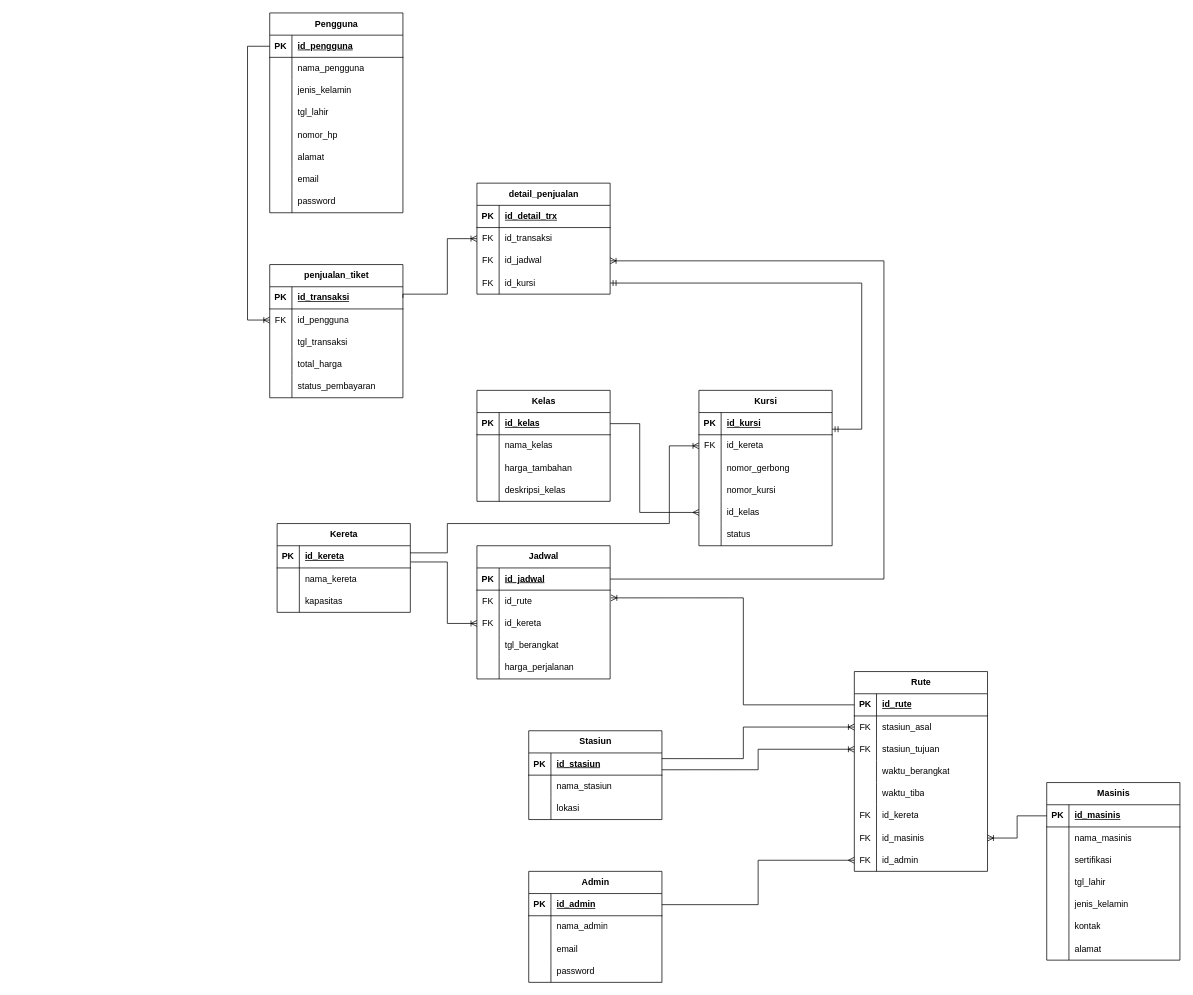
Before: page "PDM" (2 of 2) of PraktikumBasis_Modul5.drawio in elikawicaksana/praktikum-basis-data, a draw.io diagram. Source tidied: cells renumbered, new cells numbered last; positions are measured from the earlier drawing's top-left corner, leaving out a move shared by most shapes. Both pictures are drawn from the tidied source at 74%, with x=0, y=0 at pixel (247, 13).
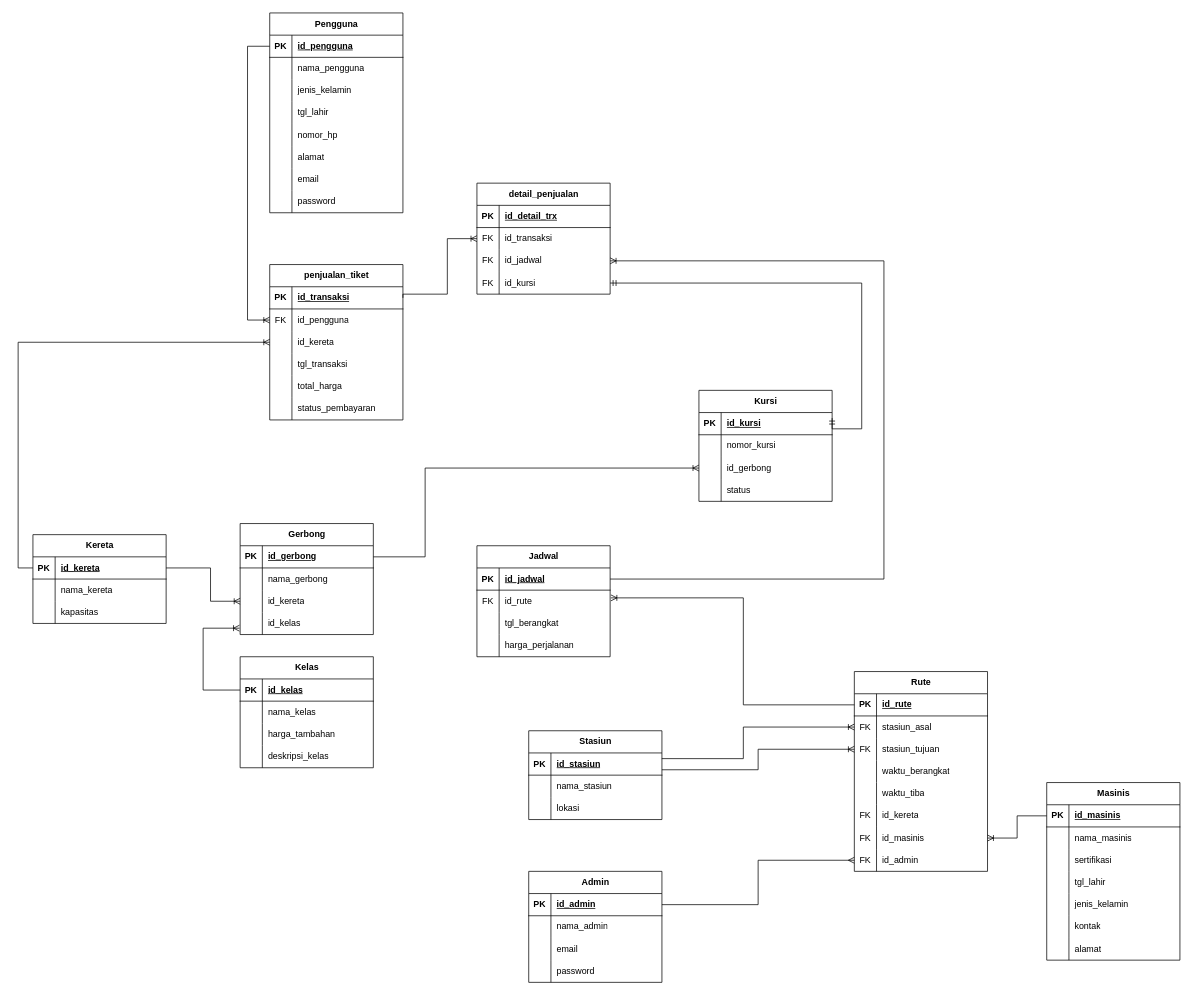
The same diagram, later.

The change refers to these unchanged cells:
```xml
<mxCell id="41" style="shape=tableRow;horizontal=0;startSize=0;swimlaneHead=0;swimlaneBody=0;fillColor=none;points=[[0,0.5],[1,0.5]];portConstraint=eastwest;top=0;left=0;right=0;bottom=1;" parent="40" vertex="1">
  <mxGeometry y="30" width="180" height="30" as="geometry" />
</mxCell>
<mxCell id="54" style="shape=tableRow;horizontal=0;startSize=0;swimlaneHead=0;swimlaneBody=0;fillColor=none;points=[[0,0.5],[1,0.5]];portConstraint=eastwest;top=0;left=0;right=0;bottom=1;" parent="53" vertex="1">
  <mxGeometry y="30" width="180" height="30" as="geometry" />
</mxCell>
<mxCell id="146" style="shape=tableRow;horizontal=0;startSize=0;swimlaneHead=0;swimlaneBody=0;fillColor=none;points=[[0,0.5],[1,0.5]];portConstraint=eastwest;top=0;left=0;right=0;bottom=0;" parent="139" vertex="1">
  <mxGeometry y="90" width="180" height="30" as="geometry" />
</mxCell>
<mxCell id="149" style="shape=tableRow;horizontal=0;startSize=0;swimlaneHead=0;swimlaneBody=0;fillColor=none;top=0;left=0;right=0;bottom=0;" parent="139" vertex="1">
  <mxGeometry y="120" width="180" height="30" as="geometry" />
</mxCell>
<mxCell id="152" style="shape=tableRow;horizontal=0;startSize=0;swimlaneHead=0;swimlaneBody=0;fillColor=none;top=0;left=0;right=0;bottom=0;" parent="139" vertex="1">
  <mxGeometry y="150" width="180" height="30" as="geometry" />
</mxCell>
```

Change to the diagram source:
```diff
@@
     <mxCell id="40" value="Kelas" style="shape=table;startSize=30;childLayout=tableLayout;rowLines=0;fontStyle=1;align=center;html=1;" parent="1" vertex="1">
-      <mxGeometry x="310" y="510" width="180" height="150" as="geometry" />
+      <mxGeometry x="-10" y="870" width="180" height="150" as="geometry" />
     </mxCell>
@@
     <mxCell id="53" value="Kereta" style="shape=table;startSize=30;childLayout=tableLayout;rowLines=0;fontStyle=1;align=center;html=1;" parent="1" vertex="1">
-      <mxGeometry x="40" y="690" width="180" height="120" as="geometry" />
+      <mxGeometry x="-290" y="705" width="180" height="120" as="geometry" />
     </mxCell>
@@
     <mxCell id="120" value="Kursi" style="shape=table;startSize=30;childLayout=tableLayout;rowLines=0;fontStyle=1;align=center;html=1;" parent="1" vertex="1">
-      <mxGeometry x="610" y="510" width="180" height="210" as="geometry" />
+      <mxGeometry x="610" y="510" width="180" height="150" as="geometry" />
     </mxCell>
@@
-    <mxCell id="124" style="shape=tableRow;horizontal=0;startSize=0;swimlaneHead=0;swimlaneBody=0;fillColor=none;points=[[0,0.5],[1,0.5]];portConstraint=eastwest;top=0;left=0;right=0;bottom=0;" parent="120" vertex="1">
-      <mxGeometry y="60" width="180" height="30" as="geometry" />
-    </mxCell>
-    <mxCell id="125" value="FK" style="shape=partialRectangle;fillColor=none;top=0;left=0;bottom=0;right=0;overflow=hidden;whiteSpace=wrap;html=1;" parent="124" vertex="1">
-      <mxGeometry width="30" height="30" as="geometry" />
-    </mxCell>
-    <mxCell id="126" value="id_kereta" style="shape=partialRectangle;fillColor=none;top=0;left=0;bottom=0;right=0;align=left;spacingLeft=6;overflow=hidden;whiteSpace=wrap;html=1;" parent="124" vertex="1">
-      <mxGeometry x="30" width="150" height="30" as="geometry" />
-    </mxCell>
-    <mxCell id="127" style="shape=tableRow;horizontal=0;startSize=0;swimlaneHead=0;swimlaneBody=0;fillColor=none;top=0;left=0;right=0;bottom=0;" parent="120" vertex="1">
-      <mxGeometry y="90" width="180" height="30" as="geometry" />
-    </mxCell>
-    <mxCell id="128" style="shape=partialRectangle;fillColor=none;top=0;left=0;bottom=0;right=0;overflow=hidden;whiteSpace=wrap;html=1;" parent="127" vertex="1">
-      <mxGeometry width="30" height="30" as="geometry" />
-    </mxCell>
-    <mxCell id="129" value="nomor_gerbong" style="shape=partialRectangle;fillColor=none;top=0;left=0;bottom=0;right=0;align=left;spacingLeft=6;overflow=hidden;whiteSpace=wrap;html=1;" parent="127" vertex="1">
-      <mxGeometry x="30" width="150" height="30" as="geometry" />
-    </mxCell>
     <mxCell id="130" style="shape=tableRow;horizontal=0;startSize=0;swimlaneHead=0;swimlaneBody=0;fillColor=none;top=0;left=0;right=0;bottom=0;" parent="120" vertex="1">
-      <mxGeometry y="120" width="180" height="30" as="geometry" />
+      <mxGeometry y="60" width="180" height="30" as="geometry" />
     </mxCell>
@@
-    <mxCell id="133" style="shape=tableRow;horizontal=0;startSize=0;swimlaneHead=0;swimlaneBody=0;fillColor=none;points=[[0,0.5],[1,0.5]];portConstraint=eastwest;top=0;left=0;right=0;bottom=0;" parent="120" vertex="1">
-      <mxGeometry y="150" width="180" height="30" as="geometry" />
-    </mxCell>
-    <mxCell id="134" style="shape=partialRectangle;fillColor=none;top=0;left=0;bottom=0;right=0;overflow=hidden;whiteSpace=wrap;html=1;" parent="133" vertex="1">
-      <mxGeometry width="30" height="30" as="geometry" />
-    </mxCell>
-    <mxCell id="135" value="id_kelas" style="shape=partialRectangle;fillColor=none;top=0;left=0;bottom=0;right=0;align=left;spacingLeft=6;overflow=hidden;whiteSpace=wrap;html=1;" parent="133" vertex="1">
-      <mxGeometry x="30" width="150" height="30" as="geometry" />
-    </mxCell>
     <mxCell id="136" style="shape=tableRow;horizontal=0;startSize=0;swimlaneHead=0;swimlaneBody=0;fillColor=none;points=[[0,0.5],[1,0.5]];portConstraint=eastwest;top=0;left=0;right=0;bottom=0;" parent="120" vertex="1">
-      <mxGeometry y="180" width="180" height="30" as="geometry" />
+      <mxGeometry y="90" width="180" height="30" as="geometry" />
     </mxCell>
@@
-    <mxCell id="138" value="status" style="shape=partialRectangle;fillColor=none;top=0;left=0;bottom=0;right=0;align=left;spacingLeft=6;overflow=hidden;whiteSpace=wrap;html=1;" parent="136" vertex="1">
+    <mxCell id="138" value="id_gerbong" style="shape=partialRectangle;fillColor=none;top=0;left=0;bottom=0;right=0;align=left;spacingLeft=6;overflow=hidden;whiteSpace=wrap;html=1;" parent="136" vertex="1">
       <mxGeometry x="30" width="150" height="30" as="geometry" />
     </mxCell>
+    <mxCell id="196" style="shape=tableRow;horizontal=0;startSize=0;swimlaneHead=0;swimlaneBody=0;fillColor=none;top=0;left=0;right=0;bottom=0;" parent="120" vertex="1">
+      <mxGeometry y="120" width="180" height="30" as="geometry" />
+    </mxCell>
+    <mxCell id="197" style="shape=partialRectangle;fillColor=none;top=0;left=0;bottom=0;right=0;overflow=hidden;whiteSpace=wrap;html=1;" parent="196" vertex="1">
+      <mxGeometry width="30" height="30" as="geometry" />
+    </mxCell>
+    <mxCell id="198" value="status" style="shape=partialRectangle;fillColor=none;top=0;left=0;bottom=0;right=0;align=left;spacingLeft=6;overflow=hidden;whiteSpace=wrap;html=1;" parent="196" vertex="1">
+      <mxGeometry x="30" width="150" height="30" as="geometry" />
+    </mxCell>
     <mxCell id="139" value="penjualan_tiket" style="shape=table;startSize=30;childLayout=tableLayout;rowLines=0;fontStyle=1;align=center;html=1;" parent="1" vertex="1">
-      <mxGeometry x="30" y="340" width="180" height="180" as="geometry" />
+      <mxGeometry x="30" y="340" width="180" height="210" as="geometry" />
     </mxCell>
@@
-    <mxCell id="148" value="tgl_transaksi" style="shape=partialRectangle;fillColor=none;top=0;left=0;bottom=0;right=0;align=left;spacingLeft=6;overflow=hidden;whiteSpace=wrap;html=1;" parent="146" vertex="1">
+    <mxCell id="148" value="id_kereta" style="shape=partialRectangle;fillColor=none;top=0;left=0;bottom=0;right=0;align=left;spacingLeft=6;overflow=hidden;whiteSpace=wrap;html=1;" parent="146" vertex="1">
       <mxGeometry x="30" width="150" height="30" as="geometry" />
     </mxCell>
@@
-    <mxCell id="151" value="total_harga" style="shape=partialRectangle;fillColor=none;top=0;left=0;bottom=0;right=0;align=left;spacingLeft=6;overflow=hidden;whiteSpace=wrap;html=1;" parent="149" vertex="1">
+    <mxCell id="151" value="tgl_transaksi" style="shape=partialRectangle;fillColor=none;top=0;left=0;bottom=0;right=0;align=left;spacingLeft=6;overflow=hidden;whiteSpace=wrap;html=1;" parent="149" vertex="1">
       <mxGeometry x="30" width="150" height="30" as="geometry" />
     </mxCell>
@@
-    <mxCell id="154" value="status_pembayaran" style="shape=partialRectangle;fillColor=none;top=0;left=0;bottom=0;right=0;align=left;spacingLeft=6;overflow=hidden;whiteSpace=wrap;html=1;" parent="152" vertex="1">
+    <mxCell id="154" value="total_harga" style="shape=partialRectangle;fillColor=none;top=0;left=0;bottom=0;right=0;align=left;spacingLeft=6;overflow=hidden;whiteSpace=wrap;html=1;" parent="152" vertex="1">
       <mxGeometry x="30" width="150" height="30" as="geometry" />
     </mxCell>
+    <mxCell id="199" style="shape=tableRow;horizontal=0;startSize=0;swimlaneHead=0;swimlaneBody=0;fillColor=none;top=0;left=0;right=0;bottom=0;" parent="139" vertex="1">
+      <mxGeometry y="180" width="180" height="30" as="geometry" />
+    </mxCell>
+    <mxCell id="200" style="shape=partialRectangle;fillColor=none;top=0;left=0;bottom=0;right=0;overflow=hidden;whiteSpace=wrap;html=1;" parent="199" vertex="1">
+      <mxGeometry width="30" height="30" as="geometry" />
+    </mxCell>
+    <mxCell id="201" value="status_pembayaran" style="shape=partialRectangle;fillColor=none;top=0;left=0;bottom=0;right=0;align=left;spacingLeft=6;overflow=hidden;whiteSpace=wrap;html=1;" parent="199" vertex="1">
+      <mxGeometry x="30" width="150" height="30" as="geometry" />
+    </mxCell>
@@
     <mxCell id="168" value="Jadwal" style="shape=table;startSize=30;childLayout=tableLayout;rowLines=0;fontStyle=1;align=center;html=1;" parent="1" vertex="1">
-      <mxGeometry x="310" y="720" width="180" height="180" as="geometry" />
+      <mxGeometry x="310" y="720" width="180" height="150" as="geometry" />
     </mxCell>
@@
-    <mxCell id="175" style="shape=tableRow;horizontal=0;startSize=0;swimlaneHead=0;swimlaneBody=0;fillColor=none;points=[[0,0.5],[1,0.5]];portConstraint=eastwest;top=0;left=0;right=0;bottom=0;" parent="168" vertex="1">
-      <mxGeometry y="90" width="180" height="30" as="geometry" />
-    </mxCell>
-    <mxCell id="176" value="FK" style="shape=partialRectangle;fillColor=none;top=0;left=0;bottom=0;right=0;overflow=hidden;whiteSpace=wrap;html=1;" parent="175" vertex="1">
-      <mxGeometry width="30" height="30" as="geometry" />
-    </mxCell>
-    <mxCell id="177" value="id_kereta" style="shape=partialRectangle;fillColor=none;top=0;left=0;bottom=0;right=0;align=left;spacingLeft=6;overflow=hidden;whiteSpace=wrap;html=1;" parent="175" vertex="1">
-      <mxGeometry x="30" width="150" height="30" as="geometry" />
-    </mxCell>
     <mxCell id="178" style="shape=tableRow;horizontal=0;startSize=0;swimlaneHead=0;swimlaneBody=0;fillColor=none;top=0;left=0;right=0;bottom=0;" parent="168" vertex="1">
-      <mxGeometry y="120" width="180" height="30" as="geometry" />
+      <mxGeometry y="90" width="180" height="30" as="geometry" />
     </mxCell>
@@
     <mxCell id="181" style="shape=tableRow;horizontal=0;startSize=0;swimlaneHead=0;swimlaneBody=0;fillColor=none;top=0;left=0;right=0;bottom=0;" parent="168" vertex="1">
-      <mxGeometry y="150" width="180" height="30" as="geometry" />
+      <mxGeometry y="120" width="180" height="30" as="geometry" />
     </mxCell>
@@
-    <mxCell id="188" style="edgeStyle=orthogonalEdgeStyle;fontSize=12;html=1;endArrow=ERmany;rounded=0;exitX=1;exitY=0.5;exitDx=0;exitDy=0;entryX=0;entryY=0.5;entryDx=0;entryDy=0;" parent="1" edge="1" source="41" target="133">
-      <mxGeometry relative="1" as="geometry">
-        <Array as="points">
-          <mxPoint x="530" y="555" />
-          <mxPoint x="530" y="675" />
-        </Array>
-      </mxGeometry>
-    </mxCell>
@@
-    <mxCell id="190" style="edgeStyle=orthogonalEdgeStyle;fontSize=12;html=1;endArrow=ERoneToMany;rounded=0;exitX=0.999;exitY=0.32;exitDx=0;exitDy=0;exitPerimeter=0;entryX=0;entryY=0.5;entryDx=0;entryDy=0;" parent="1" edge="1" source="54" target="124">
+    <mxCell id="190" style="edgeStyle=orthogonalEdgeStyle;fontSize=12;html=1;endArrow=ERoneToMany;rounded=0;exitX=1;exitY=0.5;exitDx=0;exitDy=0;entryX=0;entryY=0.5;entryDx=0;entryDy=0;" parent="1" edge="1" source="54" target="208">
       <mxGeometry relative="1" as="geometry">
         <Array as="points">
-          <mxPoint x="270" y="730" />
-          <mxPoint x="270" y="690" />
-          <mxPoint x="570" y="690" />
-          <mxPoint x="570" y="585" />
+          <mxPoint x="-50" y="750" />
+          <mxPoint x="-50" y="795" />
         </Array>
       </mxGeometry>
     </mxCell>
-    <mxCell id="191" style="edgeStyle=orthogonalEdgeStyle;fontSize=12;html=1;endArrow=ERoneToMany;rounded=0;entryX=0;entryY=0.5;entryDx=0;entryDy=0;exitX=1.002;exitY=0.73;exitDx=0;exitDy=0;exitPerimeter=0;" parent="1" edge="1" source="54" target="175">
-      <mxGeometry relative="1" as="geometry">
-        <Array as="points">
-          <mxPoint x="270" y="742" />
-          <mxPoint x="270" y="825" />
-        </Array>
-      </mxGeometry>
-    </mxCell>
@@
+    <mxCell id="202" value="Gerbong" style="shape=table;startSize=30;childLayout=tableLayout;rowLines=0;fontStyle=1;align=center;html=1;" parent="1" vertex="1">
+      <mxGeometry x="-10" y="690" width="180" height="150" as="geometry" />
+    </mxCell>
+    <mxCell id="203" style="shape=tableRow;horizontal=0;startSize=0;swimlaneHead=0;swimlaneBody=0;fillColor=none;points=[[0,0.5],[1,0.5]];portConstraint=eastwest;top=0;left=0;right=0;bottom=1;" parent="202" vertex="1">
+      <mxGeometry y="30" width="180" height="30" as="geometry" />
+    </mxCell>
+    <mxCell id="204" value="PK" style="shape=partialRectangle;fillColor=none;top=0;left=0;bottom=0;right=0;fontStyle=1;overflow=hidden;whiteSpace=wrap;html=1;" parent="203" vertex="1">
+      <mxGeometry width="30" height="30" as="geometry" />
+    </mxCell>
+    <mxCell id="205" value="id_gerbong" style="shape=partialRectangle;fillColor=none;top=0;left=0;bottom=0;right=0;align=left;spacingLeft=6;fontStyle=5;overflow=hidden;whiteSpace=wrap;html=1;" parent="203" vertex="1">
+      <mxGeometry x="30" width="150" height="30" as="geometry" />
+    </mxCell>
+    <mxCell id="124" style="shape=tableRow;horizontal=0;startSize=0;swimlaneHead=0;swimlaneBody=0;fillColor=none;points=[[0,0.5],[1,0.5]];portConstraint=eastwest;top=0;left=0;right=0;bottom=0;" parent="202" vertex="1">
+      <mxGeometry y="60" width="180" height="30" as="geometry" />
+    </mxCell>
+    <mxCell id="206" style="shape=partialRectangle;fillColor=none;top=0;left=0;bottom=0;right=0;overflow=hidden;whiteSpace=wrap;html=1;" parent="124" vertex="1">
+      <mxGeometry width="30" height="30" as="geometry" />
+    </mxCell>
+    <mxCell id="207" value="nama_gerbong" style="shape=partialRectangle;fillColor=none;top=0;left=0;bottom=0;right=0;align=left;spacingLeft=6;overflow=hidden;whiteSpace=wrap;html=1;" parent="124" vertex="1">
+      <mxGeometry x="30" width="150" height="30" as="geometry" />
+    </mxCell>
+    <mxCell id="208" style="shape=tableRow;horizontal=0;startSize=0;swimlaneHead=0;swimlaneBody=0;fillColor=none;points=[[0,0.5],[1,0.5]];portConstraint=eastwest;top=0;left=0;right=0;bottom=0;" parent="202" vertex="1">
+      <mxGeometry y="90" width="180" height="30" as="geometry" />
+    </mxCell>
+    <mxCell id="209" style="shape=partialRectangle;fillColor=none;top=0;left=0;bottom=0;right=0;overflow=hidden;whiteSpace=wrap;html=1;" parent="208" vertex="1">
+      <mxGeometry width="30" height="30" as="geometry" />
+    </mxCell>
+    <mxCell id="210" value="id_kereta" style="shape=partialRectangle;fillColor=none;top=0;left=0;bottom=0;right=0;align=left;spacingLeft=6;overflow=hidden;whiteSpace=wrap;html=1;" parent="208" vertex="1">
+      <mxGeometry x="30" width="150" height="30" as="geometry" />
+    </mxCell>
+    <mxCell id="211" style="shape=tableRow;horizontal=0;startSize=0;swimlaneHead=0;swimlaneBody=0;fillColor=none;points=[[0,0.5],[1,0.5]];portConstraint=eastwest;top=0;left=0;right=0;bottom=0;" parent="202" vertex="1">
+      <mxGeometry y="120" width="180" height="30" as="geometry" />
+    </mxCell>
+    <mxCell id="212" style="shape=partialRectangle;fillColor=none;top=0;left=0;bottom=0;right=0;overflow=hidden;whiteSpace=wrap;html=1;" parent="211" vertex="1">
+      <mxGeometry width="30" height="30" as="geometry" />
+    </mxCell>
+    <mxCell id="135" value="id_kelas" style="shape=partialRectangle;fillColor=none;top=0;left=0;bottom=0;right=0;align=left;spacingLeft=6;overflow=hidden;whiteSpace=wrap;html=1;" parent="211" vertex="1">
+      <mxGeometry x="30" width="150" height="30" as="geometry" />
+    </mxCell>
+    <mxCell id="213" style="edgeStyle=orthogonalEdgeStyle;fontSize=12;html=1;endArrow=ERoneToMany;rounded=0;exitX=0;exitY=0.5;exitDx=0;exitDy=0;entryX=-0.005;entryY=0.713;entryDx=0;entryDy=0;entryPerimeter=0;" parent="1" edge="1" source="41" target="211">
+      <mxGeometry relative="1" as="geometry">
+        <Array as="points">
+          <mxPoint x="-60" y="915" />
+          <mxPoint x="-60" y="831" />
+          <mxPoint x="-11" y="831" />
+        </Array>
+      </mxGeometry>
+    </mxCell>
+    <mxCell id="214" style="edgeStyle=orthogonalEdgeStyle;fontSize=12;html=1;endArrow=ERoneToMany;rounded=0;exitX=1;exitY=0.5;exitDx=0;exitDy=0;entryX=0;entryY=0.5;entryDx=0;entryDy=0;" parent="1" edge="1" source="203" target="136">
+      <mxGeometry relative="1" as="geometry">
+        <Array as="points">
+          <mxPoint x="240" y="735" />
+          <mxPoint x="240" y="615" />
+        </Array>
+      </mxGeometry>
+    </mxCell>
+    <mxCell id="215" style="edgeStyle=orthogonalEdgeStyle;fontSize=12;html=1;endArrow=ERoneToMany;rounded=0;exitX=0;exitY=0.5;exitDx=0;exitDy=0;entryX=0;entryY=0.5;entryDx=0;entryDy=0;" parent="1" edge="1" source="54" target="146">
+      <mxGeometry relative="1" as="geometry">
+        <Array as="points">
+          <mxPoint x="-310" y="750" />
+          <mxPoint x="-310" y="445" />
+        </Array>
+      </mxGeometry>
+    </mxCell>
```
